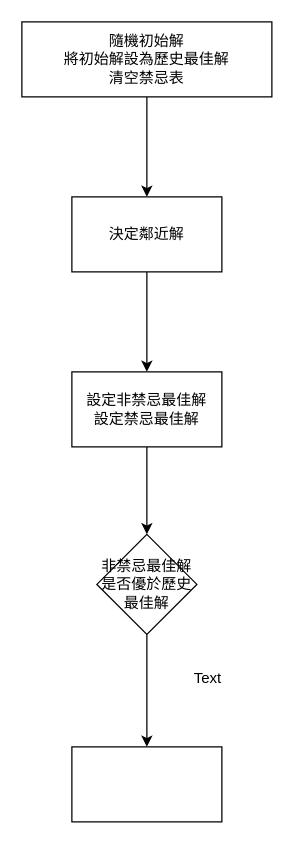
DHs-Huang/HeuristicAlgorithms keeps this draw.io diagram as Untitled Diagram.drawio. Above is the earlier version. Source tidied: cells renumbered, new cells numbered last; positions are measured from the earlier drawing's top-left corner, leaving out a move shared by most shapes. Both pictures are drawn from the tidied source at 125%, with x=0, y=0 at pixel (21, 21).
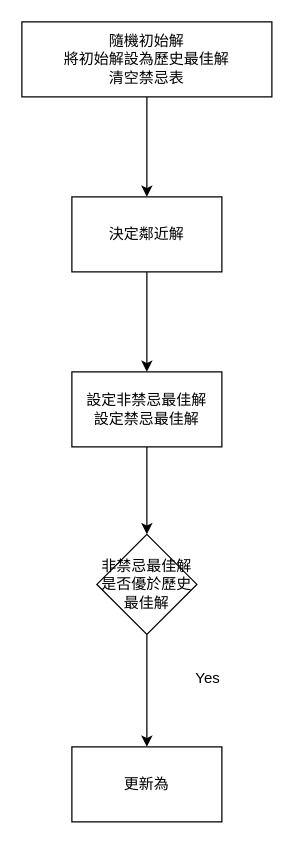
After the change.

The edit, as a diff of the source:
```diff
@@
 <mxGraphModel>
   <root>
     <mxCell id="0" />
     <mxCell id="1" parent="0" />
     <mxCell id="2" style="edgeStyle=orthogonalEdgeStyle;rounded=0;jettySize=auto;html=1;" parent="1" edge="1" source="3" target="5">
       <mxGeometry relative="1" as="geometry" />
     </mxCell>
     <mxCell id="3" value="隨機初始解&lt;br&gt;將初始解設為歷史最佳解&lt;br&gt;清空禁忌表" style="rounded=0;whiteSpace=wrap;html=1;" parent="1" vertex="1">
       <mxGeometry width="200" height="60" as="geometry" />
     </mxCell>
     <mxCell id="4" style="edgeStyle=orthogonalEdgeStyle;rounded=0;jettySize=auto;html=1;" parent="1" edge="1" source="5" target="7">
       <mxGeometry relative="1" as="geometry" />
     </mxCell>
     <mxCell id="5" value="決定鄰近解" style="whiteSpace=wrap;html=1;rounded=0;" parent="1" vertex="1">
       <mxGeometry x="40" y="140" width="120" height="60" as="geometry" />
     </mxCell>
     <mxCell id="6" style="edgeStyle=orthogonalEdgeStyle;rounded=0;jettySize=auto;html=1;" parent="1" edge="1" source="7" target="9">
       <mxGeometry relative="1" as="geometry" />
     </mxCell>
     <mxCell id="7" value="設定非禁忌最佳解&lt;br&gt;設定禁忌最佳解" style="whiteSpace=wrap;html=1;rounded=0;" parent="1" vertex="1">
       <mxGeometry x="40" y="280" width="120" height="60" as="geometry" />
     </mxCell>
     <mxCell id="8" style="edgeStyle=orthogonalEdgeStyle;rounded=0;jettySize=auto;html=1;" parent="1" edge="1" source="9" target="10">
       <mxGeometry relative="1" as="geometry" />
     </mxCell>
     <mxCell id="9" value="非禁忌最佳解是否優於歷史最佳解" style="rhombus;whiteSpace=wrap;html=1;rounded=0;" parent="1" vertex="1">
       <mxGeometry x="60" y="410" width="80" height="80" as="geometry" />
     </mxCell>
-    <mxCell id="10" style="whiteSpace=wrap;html=1;rounded=0;" parent="1" vertex="1">
+    <mxCell id="10" value="更新為" style="whiteSpace=wrap;html=1;rounded=0;" parent="1" vertex="1">
       <mxGeometry x="40" y="580" width="120" height="60" as="geometry" />
     </mxCell>
-    <mxCell id="11" value="Text" style="text;html=1;strokeColor=none;fillColor=none;align=center;verticalAlign=middle;whiteSpace=wrap;rounded=0;" parent="1" vertex="1">
+    <mxCell id="11" value="Yes" style="text;html=1;strokeColor=none;fillColor=none;align=center;verticalAlign=middle;whiteSpace=wrap;rounded=0;" parent="1" vertex="1">
       <mxGeometry x="129" y="515" width="40" height="20" as="geometry" />
     </mxCell>
   </root>
 </mxGraphModel>
```
